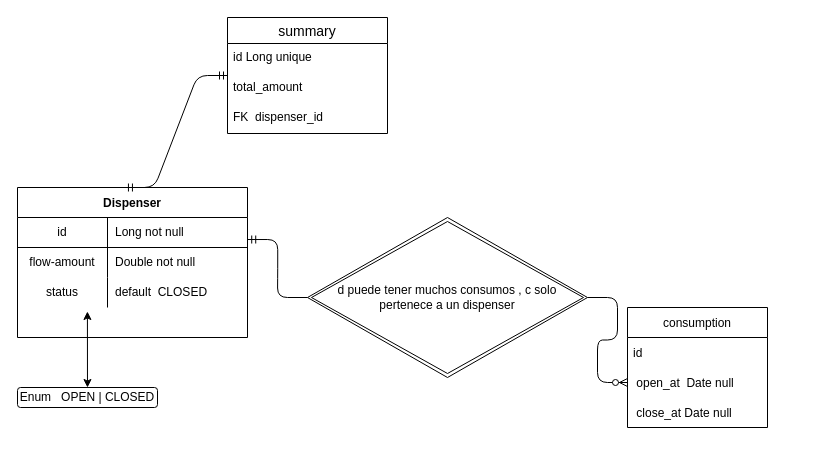
Above: uml.drawio in KevinSDJ/BeerTapDispenser (draw.io), before the change. Source tidied: cells renumbered, new cells numbered last; positions are measured from the earlier drawing's top-left corner, leaving out a move shared by most shapes. Both pictures are drawn from the tidied source at 100%, with x=0, y=0 at pixel (17, 17).
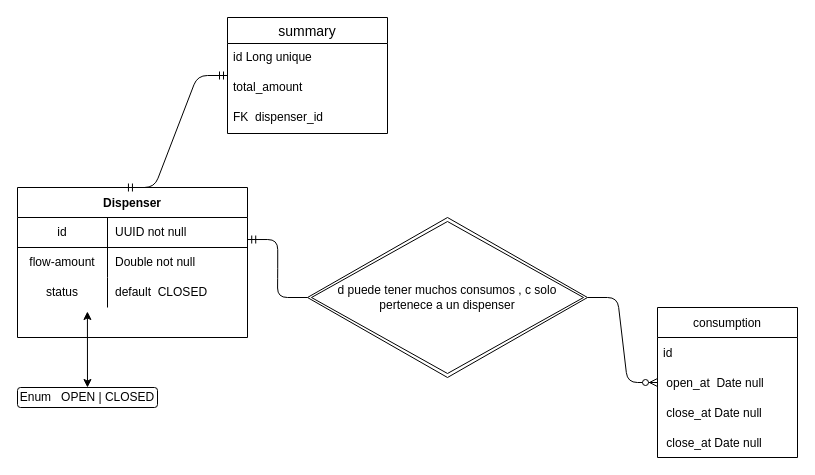
The same diagram, later.

The change refers to these unchanged cells:
```xml
<mxCell id="3" style="shape=partialRectangle;html=1;whiteSpace=wrap;fillColor=none;top=0;left=0;bottom=1;right=0;points=[[0,0.5],[1,0.5]];portConstraint=eastwest;" parent="2" vertex="1">
  <mxGeometry y="30" width="230" height="30" as="geometry" />
</mxCell>
```

Diff of the diagram source:
```diff
@@
-    <mxCell id="5" value="Long not null" style="shape=partialRectangle;html=1;whiteSpace=wrap;fillColor=none;top=0;left=0;bottom=0;right=0;align=left;spacingLeft=6;overflow=hidden;" parent="3" vertex="1">
+    <mxCell id="5" value="UUID not null" style="shape=partialRectangle;html=1;whiteSpace=wrap;fillColor=none;top=0;left=0;bottom=0;right=0;align=left;spacingLeft=6;overflow=hidden;" parent="3" vertex="1">
       <mxGeometry x="90" width="140" height="30" as="geometry" />
     </mxCell>
@@
     <mxCell id="12" value="consumption" style="swimlane;fontStyle=0;horizontal=1;startSize=30;" parent="1" vertex="1">
-      <mxGeometry x="610" y="290" width="140" height="120" as="geometry" />
+      <mxGeometry x="640" y="290" width="140" height="150" as="geometry" />
     </mxCell>
@@
+    <mxCell id="26" value=" close_at Date null" style="text;strokeColor=none;fillColor=none;align=left;verticalAlign=middle;spacingLeft=4;spacingRight=4;overflow=hidden;" parent="12" vertex="1">
+      <mxGeometry y="120" width="140" height="30" as="geometry" />
+    </mxCell>
```
